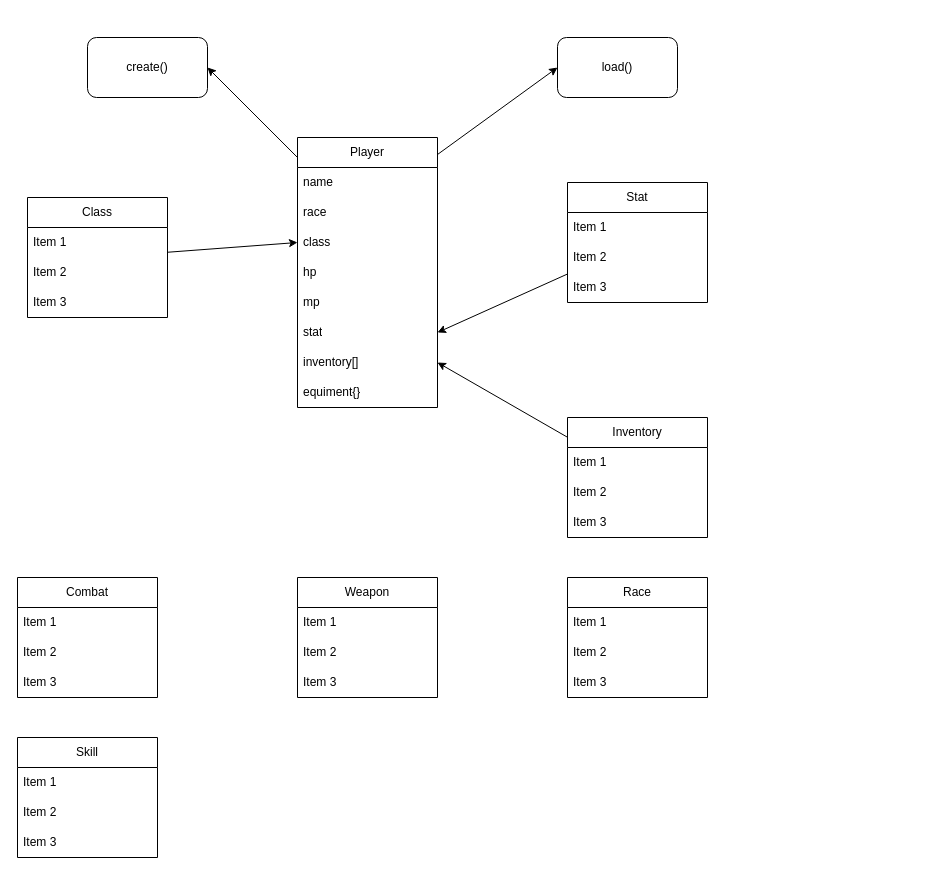
minhduc1212/Text_Based_Game keeps this draw.io diagram as design.drawio. Above is the earlier version. Source tidied: cells renumbered, new cells numbered last; positions are measured from the earlier drawing's top-left corner, leaving out a move shared by most shapes. Both pictures are drawn from the tidied source at 100%, with x=0, y=0 at pixel (17, 37).
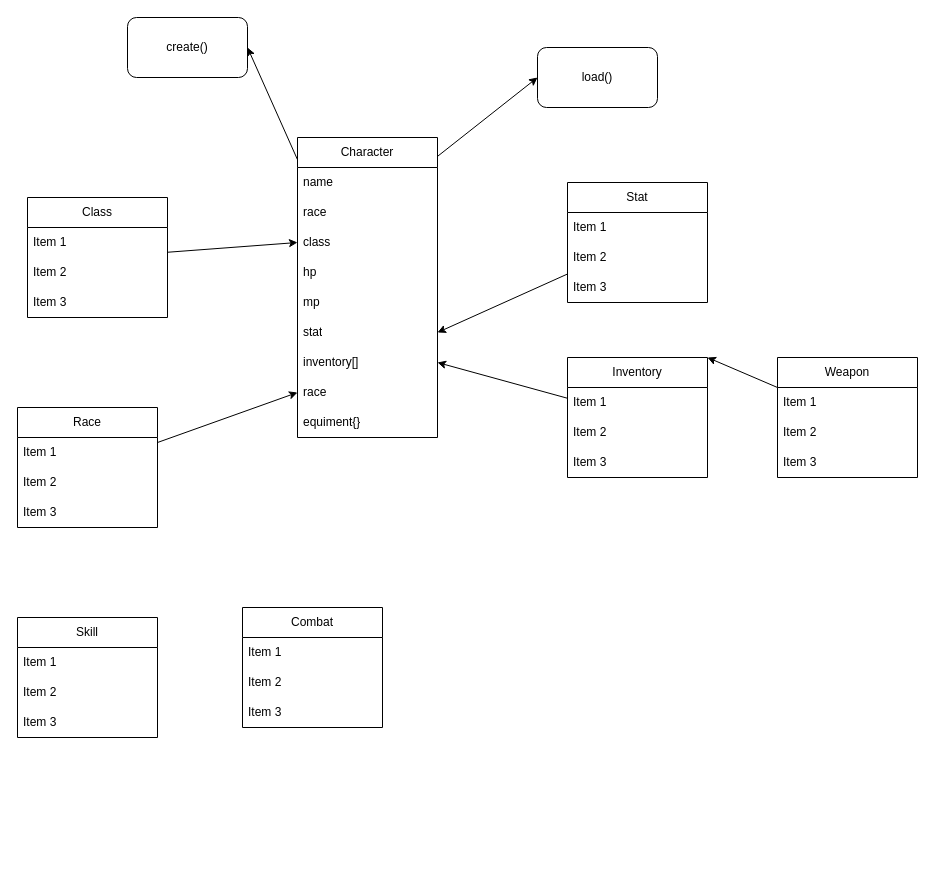
The same diagram, later.

Commit message (it also covers changes not shown here):
fear(design.drawio): connect class

What changed in the source:
```diff
@@
-    <mxCell id="4" value="Player" style="swimlane;fontStyle=0;horizontal=1;startSize=30;whiteSpace=wrap;html=1;" parent="1" vertex="1">
-      <mxGeometry x="280" y="100" width="140" height="270" as="geometry" />
+    <mxCell id="4" value="Character" style="swimlane;fontStyle=0;horizontal=1;startSize=30;whiteSpace=wrap;html=1;" parent="1" vertex="1">
+      <mxGeometry x="280" y="100" width="140" height="300" as="geometry" />
     </mxCell>
@@
+    <mxCell id="46" value="race" style="text;strokeColor=none;fillColor=none;align=left;verticalAlign=middle;spacingLeft=4;spacingRight=4;overflow=hidden;points=[[0,0.5],[1,0.5]];portConstraint=eastwest;whiteSpace=wrap;html=1;" parent="4" vertex="1">
+      <mxGeometry y="240" width="140" height="30" as="geometry" />
+    </mxCell>
     <mxCell id="12" value="equiment{}" style="text;strokeColor=none;fillColor=none;align=left;verticalAlign=middle;spacingLeft=4;spacingRight=4;overflow=hidden;whiteSpace=wrap;html=1;" parent="4" vertex="1">
-      <mxGeometry y="240" width="140" height="30" as="geometry" />
+      <mxGeometry y="270" width="140" height="30" as="geometry" />
     </mxCell>
@@
     <mxCell id="19" value="Inventory" style="swimlane;fontStyle=0;horizontal=1;startSize=30;whiteSpace=wrap;html=1;" parent="1" vertex="1">
-      <mxGeometry x="550" y="380" width="140" height="120" as="geometry" />
+      <mxGeometry x="550" y="320" width="140" height="120" as="geometry" />
     </mxCell>
@@
     <mxCell id="23" value="Combat" style="swimlane;fontStyle=0;horizontal=1;startSize=30;whiteSpace=wrap;html=1;" parent="1" vertex="1">
-      <mxGeometry y="540" width="140" height="120" as="geometry" />
+      <mxGeometry x="225" y="570" width="140" height="120" as="geometry" />
     </mxCell>
@@
+    <mxCell id="47" style="edgeStyle=none;html=1;entryX=0;entryY=0.5;entryDx=0;entryDy=0;" parent="1" edge="1" source="27" target="46">
+      <mxGeometry relative="1" as="geometry" />
+    </mxCell>
     <mxCell id="27" value="Race" style="swimlane;fontStyle=0;horizontal=1;startSize=30;whiteSpace=wrap;html=1;" parent="1" vertex="1">
-      <mxGeometry x="550" y="540" width="140" height="120" as="geometry" />
+      <mxGeometry y="370" width="140" height="120" as="geometry" />
     </mxCell>
@@
     <mxCell id="36" value="create()" style="rounded=1;whiteSpace=wrap;html=1;" parent="1" vertex="1">
-      <mxGeometry x="70" width="120" height="60" as="geometry" />
+      <mxGeometry x="110" y="-20" width="120" height="60" as="geometry" />
     </mxCell>
     <mxCell id="37" value="load()" style="rounded=1;whiteSpace=wrap;html=1;" parent="1" vertex="1">
-      <mxGeometry x="540" width="120" height="60" as="geometry" />
+      <mxGeometry x="520" y="10" width="120" height="60" as="geometry" />
     </mxCell>
+    <mxCell id="48" style="edgeStyle=none;html=1;entryX=1;entryY=0;entryDx=0;entryDy=0;" parent="1" edge="1" source="38" target="19">
+      <mxGeometry relative="1" as="geometry" />
+    </mxCell>
     <mxCell id="38" value="Weapon" style="swimlane;fontStyle=0;horizontal=1;startSize=30;whiteSpace=wrap;html=1;" parent="1" vertex="1">
-      <mxGeometry x="280" y="540" width="140" height="120" as="geometry" />
+      <mxGeometry x="760" y="320" width="140" height="120" as="geometry" />
     </mxCell>
@@
     <mxCell id="42" value="Skill" style="swimlane;fontStyle=0;horizontal=1;startSize=30;whiteSpace=wrap;html=1;" parent="1" vertex="1">
-      <mxGeometry y="700" width="140" height="120" as="geometry" />
+      <mxGeometry y="580" width="140" height="120" as="geometry" />
     </mxCell>
```
